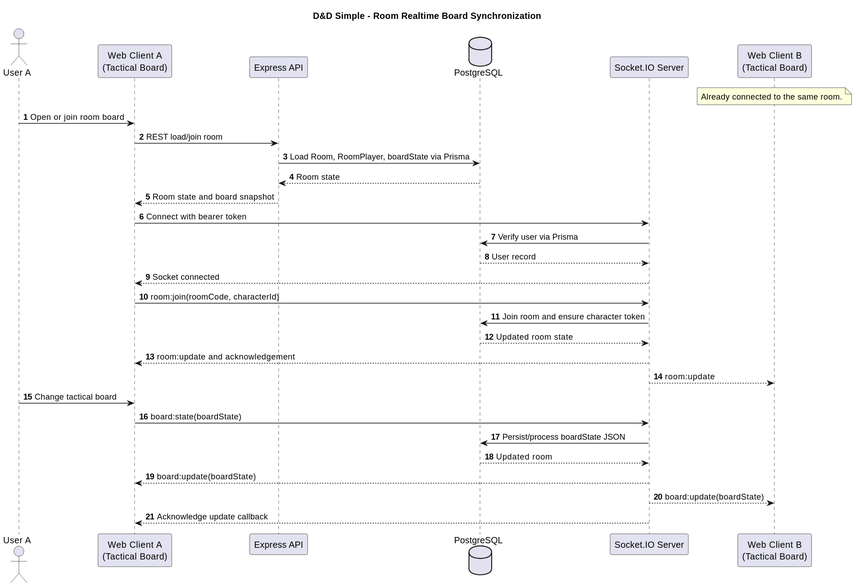
The PlantUML diagram docs/uml/sequence-room-realtime-sync.svg in LGalof/dd-simple, before a commit.
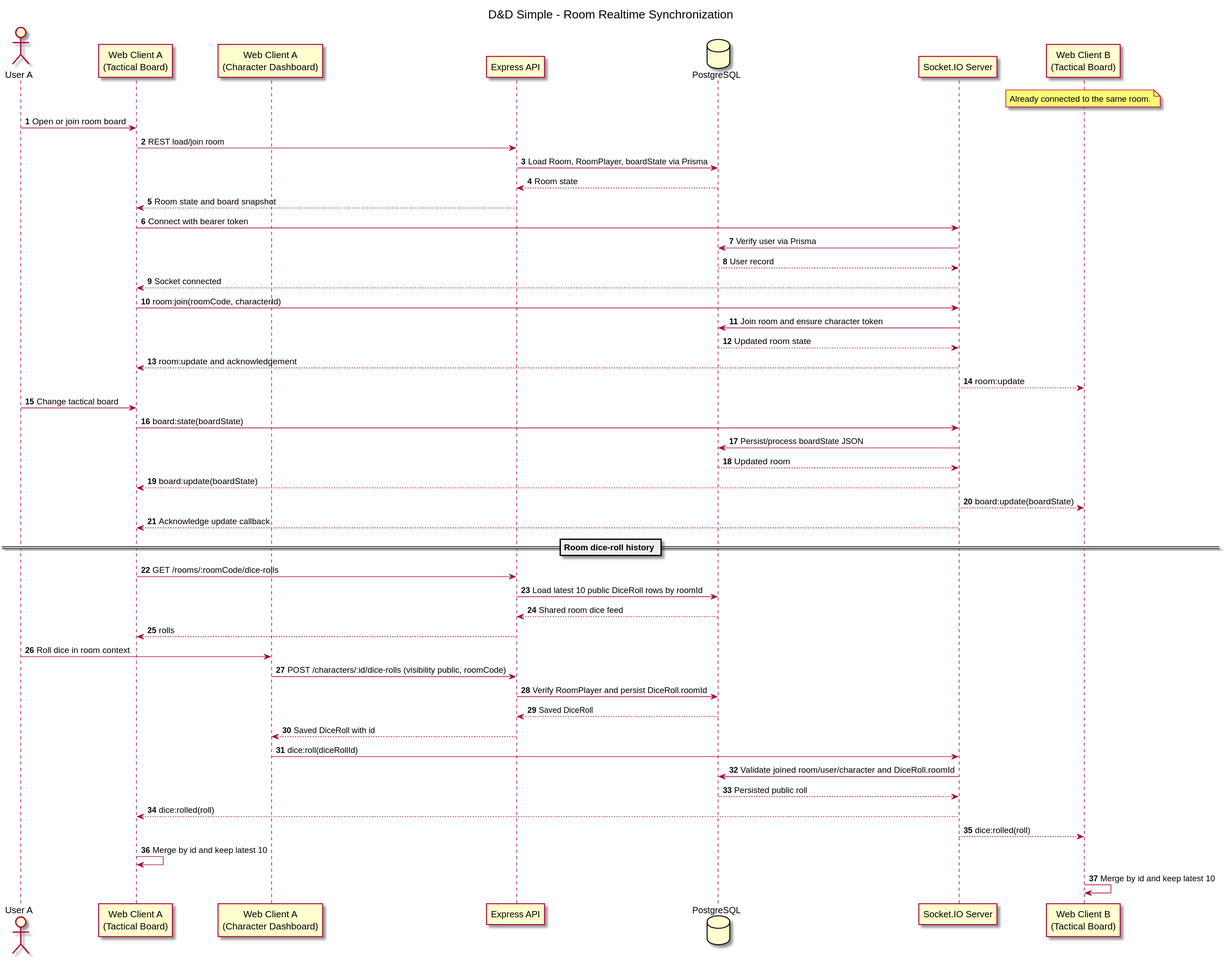
Above is the later version.

The edit, as a diff of the source:
```diff
@@ -1,9 +1,10 @@
 @startuml
-title D&D Simple - Room Realtime Board Synchronization
+title D&D Simple - Room Realtime Synchronization
 autonumber
 
 actor "User A" as UserA
 participant "Web Client A\n(Tactical Board)" as ClientA
+participant "Web Client A\n(Character Dashboard)" as DashboardA
 participant "Express API" as API
 database "PostgreSQL" as DB
 participant "Socket.IO Server" as Socket
@@ -37,4 +38,25 @@
 Socket --> ClientA : board:update(boardState)
 Socket --> ClientB : board:update(boardState)
 Socket --> ClientA : Acknowledge update callback
+
+== Room dice-roll history ==
+
+ClientA -> API : GET /rooms/:roomCode/dice-rolls
+API -> DB : Load latest 10 public DiceRoll rows by roomId
+DB --> API : Shared room dice feed
+API --> ClientA : rolls
+
+UserA -> DashboardA : Roll dice in room context
+DashboardA -> API : POST /characters/:id/dice-rolls (visibility public, roomCode)
+API -> DB : Verify RoomPlayer and persist DiceRoll.roomId
+DB --> API : Saved DiceRoll
+API --> DashboardA : Saved DiceRoll with id
+
+DashboardA -> Socket : dice:roll(diceRollId)
+Socket -> DB : Validate joined room/user/character and DiceRoll.roomId
+DB --> Socket : Persisted public roll
+Socket --> ClientA : dice:rolled(roll)
+Socket --> ClientB : dice:rolled(roll)
+ClientA -> ClientA : Merge by id and keep latest 10
+ClientB -> ClientB : Merge by id and keep latest 10
 @enduml
```
